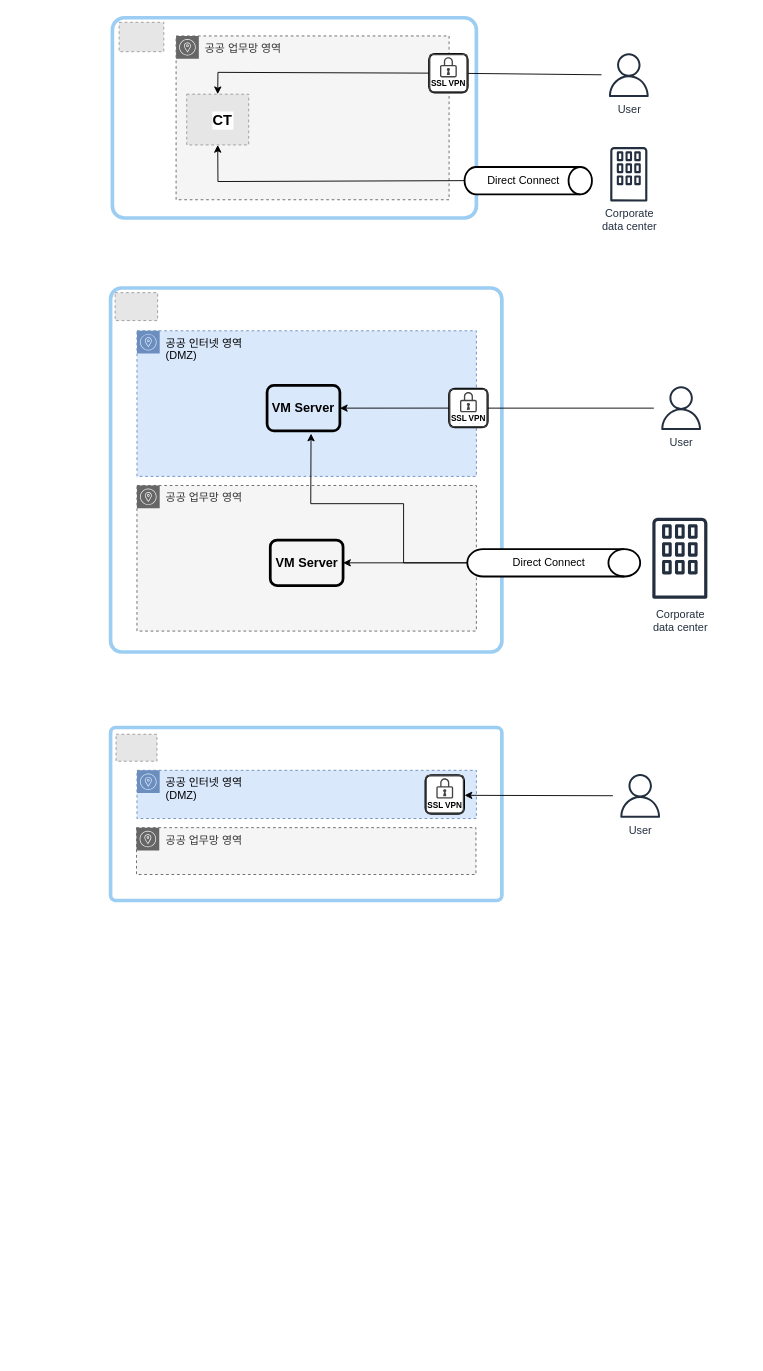
Earlier version of the draw.io diagram page "concept-diagram" (1 of 2) of concept.drawio (KDN-ECP/guidebooks). Source tidied: cells renumbered, new cells numbered last; positions are measured from the earlier drawing's top-left corner, leaving out a move shared by most shapes. Both pictures are drawn from the tidied source at 91%, with x=0, y=0 at pixel (110, 17). Pictures stored in the file or linked from it are replaced by grey dashed boxes.
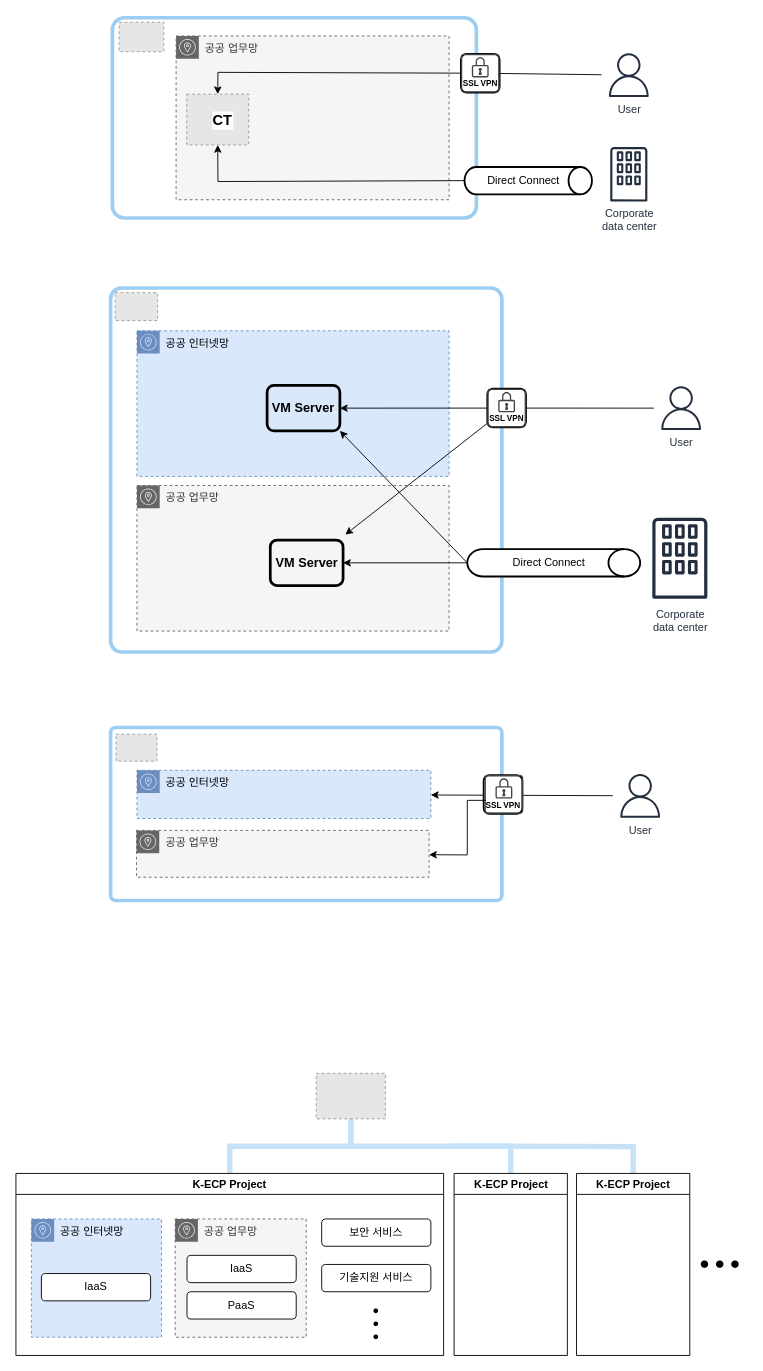
Above is the later version.

The change refers to these unchanged cells:
```xml
<mxCell id="6" style="rounded=1;whiteSpace=wrap;html=1;arcSize=6;fillColor=none;strokeWidth=4;strokeColor=#72b8ee;opacity=70;" parent="1" vertex="1">
  <mxGeometry x="2" width="400" height="220" as="geometry" />
</mxCell>
<mxCell id="15" value="User" style="sketch=0;outlineConnect=0;fontColor=#232F3E;gradientColor=none;strokeColor=#232F3E;fillColor=#ffffff;dashed=0;verticalLabelPosition=bottom;verticalAlign=top;align=center;html=1;fontSize=12;fontStyle=0;shape=mxgraph.aws4.resourceIcon;resIcon=mxgraph.aws4.user;spacing=-4;" parent="1" vertex="1">
  <mxGeometry x="597" y="399" width="60" height="60" as="geometry" />
</mxCell>
<mxCell id="18" value="Direct Connect" style="strokeWidth=2;html=1;shape=mxgraph.flowchart.direct_data;whiteSpace=wrap;spacingRight=10;" parent="1" vertex="1">
  <mxGeometry x="392" y="584" width="190" height="30" as="geometry" />
</mxCell>
<mxCell id="20" value="VM Server" style="rounded=1;whiteSpace=wrap;html=1;strokeWidth=3;fillColor=none;fontSize=14;fontStyle=1;spacing=0;" parent="1" vertex="1">
  <mxGeometry x="175.5" y="574" width="80" height="50" as="geometry" />
</mxCell>
<mxCell id="21" value="VM Server" style="rounded=1;whiteSpace=wrap;html=1;strokeWidth=3;fillColor=none;fontSize=14;fontStyle=1;spacing=0;" parent="1" vertex="1">
  <mxGeometry x="172" y="404" width="80" height="50" as="geometry" />
</mxCell>
<mxCell id="24" style="rounded=1;whiteSpace=wrap;html=1;arcSize=3;fillColor=none;strokeWidth=4;strokeColor=#72b8ee;opacity=70;" parent="1" vertex="1">
  <mxGeometry y="780" width="430" height="190" as="geometry" />
</mxCell>
<mxCell id="28" value="User" style="sketch=0;outlineConnect=0;fontColor=#232F3E;gradientColor=none;strokeColor=#232F3E;fillColor=#ffffff;dashed=0;verticalLabelPosition=bottom;verticalAlign=top;align=center;html=1;fontSize=12;fontStyle=0;shape=mxgraph.aws4.resourceIcon;resIcon=mxgraph.aws4.user;spacing=-4;" parent="1" vertex="1">
  <mxGeometry x="552" y="825" width="60" height="60" as="geometry" />
</mxCell>
<mxCell id="34" style="sketch=0;shadow=0;dashed=0;html=1;strokeColor=none;fillColor=#434445;labelPosition=center;verticalLabelPosition=bottom;verticalAlign=top;align=center;outlineConnect=0;shape=mxgraph.vvd.vpn;" parent="33" vertex="1">
  <mxGeometry width="42.5" height="42.5" as="geometry" />
</mxCell>
```

What changed in the source:
```diff
@@
-    <mxCell id="4" value="공공 인터넷 영역&lt;br&gt;(DMZ)" style="sketch=0;html=1;whiteSpace=wrap;fontSize=12;fontStyle=0;shape=mxgraph.aws4.group;grIcon=mxgraph.aws4.group_availability_zone;verticalAlign=top;align=left;spacingLeft=30;dashed=1;fillColor=#dae8fc;strokeColor=#6c8ebf;" parent="1" vertex="1">
-      <mxGeometry x="29" y="344" width="373" height="160" as="geometry" />
+    <mxCell id="4" value="공공 인터넷망" style="sketch=0;html=1;whiteSpace=wrap;fontSize=12;fontStyle=0;shape=mxgraph.aws4.group;grIcon=mxgraph.aws4.group_availability_zone;verticalAlign=top;align=left;spacingLeft=30;dashed=1;fillColor=#dae8fc;strokeColor=#6c8ebf;" parent="1" vertex="1">
+      <mxGeometry x="29" y="344" width="343" height="160" as="geometry" />
     </mxCell>
-    <mxCell id="5" value="공공 업무망 영역" style="sketch=0;html=1;whiteSpace=wrap;fontSize=12;fontStyle=0;shape=mxgraph.aws4.group;grIcon=mxgraph.aws4.group_availability_zone;verticalAlign=top;align=left;spacingLeft=30;dashed=1;fillColor=#f5f5f5;fontColor=#333333;strokeColor=#666666;" parent="1" vertex="1">
-      <mxGeometry x="29" y="514" width="373" height="160" as="geometry" />
+    <mxCell id="5" value="공공 업무망&amp;nbsp;" style="sketch=0;html=1;whiteSpace=wrap;fontSize=12;fontStyle=0;shape=mxgraph.aws4.group;grIcon=mxgraph.aws4.group_availability_zone;verticalAlign=top;align=left;spacingLeft=30;dashed=1;fillColor=#f5f5f5;fontColor=#333333;strokeColor=#666666;" parent="1" vertex="1">
+      <mxGeometry x="29" y="514" width="343" height="160" as="geometry" />
     </mxCell>
@@
-    <mxCell id="7" value="공공 업무망 영역" style="sketch=0;html=1;whiteSpace=wrap;fontSize=12;fontStyle=0;shape=mxgraph.aws4.group;grIcon=mxgraph.aws4.group_availability_zone;verticalAlign=top;align=left;spacingLeft=30;dashed=1;fillColor=#f5f5f5;fontColor=#333333;strokeColor=#666666;" parent="6" vertex="1">
+    <mxCell id="7" value="공공 업무망" style="sketch=0;html=1;whiteSpace=wrap;fontSize=12;fontStyle=0;shape=mxgraph.aws4.group;grIcon=mxgraph.aws4.group_availability_zone;verticalAlign=top;align=left;spacingLeft=30;dashed=1;fillColor=#f5f5f5;fontColor=#333333;strokeColor=#666666;" parent="6" vertex="1">
       <mxGeometry x="70" y="20" width="300" height="180" as="geometry" />
     </mxCell>
@@
-    <mxCell id="19" style="endArrow=classic;html=1;rounded=0;" parent="1" edge="1" source="15">
-      <mxGeometry relative="1" as="geometry">
-        <mxPoint x="389" y="429" as="targetPoint" />
-      </mxGeometry>
+    <mxCell id="19" style="endArrow=none;html=1;rounded=0;endFill=0;" parent="1" edge="1" source="15" target="34">
+      <mxGeometry relative="1" as="geometry" />
     </mxCell>
@@
-    <mxCell id="22" style="endArrow=classic;html=1;rounded=0;exitX=0;exitY=0.5;exitDx=0;exitDy=0;exitPerimeter=0;entryX=0.604;entryY=1.06;entryDx=0;entryDy=0;entryPerimeter=0;" parent="1" edge="1" source="18" target="21">
-      <mxGeometry relative="1" as="geometry">
-        <Array as="points">
-          <mxPoint x="322" y="599" />
-          <mxPoint x="322" y="534" />
-          <mxPoint x="220" y="534" />
-        </Array>
-      </mxGeometry>
+    <mxCell id="22" style="endArrow=classic;html=1;rounded=0;exitX=0;exitY=0.5;exitDx=0;exitDy=0;exitPerimeter=0;entryX=1;entryY=1;entryDx=0;entryDy=0;" parent="1" edge="1" source="18" target="21">
+      <mxGeometry relative="1" as="geometry" />
     </mxCell>
@@
-    <mxCell id="26" value="공공 업무망 영역" style="sketch=0;outlineConnect=0;html=1;whiteSpace=wrap;fontSize=12;fontStyle=0;shape=mxgraph.aws4.group;grIcon=mxgraph.aws4.group_availability_zone;verticalAlign=top;align=left;spacingLeft=30;dashed=1;fillColor=#f5f5f5;fontColor=#333333;strokeColor=#666666;" parent="24" vertex="1">
-      <mxGeometry x="28.5" y="110" width="373" height="51.5" as="geometry" />
+    <mxCell id="26" value="공공 업무망" style="sketch=0;outlineConnect=0;html=1;whiteSpace=wrap;fontSize=12;fontStyle=0;shape=mxgraph.aws4.group;grIcon=mxgraph.aws4.group_availability_zone;verticalAlign=top;align=left;spacingLeft=30;dashed=1;fillColor=#f5f5f5;fontColor=#333333;strokeColor=#666666;" parent="24" vertex="1">
+      <mxGeometry x="28.5" y="113" width="321.5" height="51.5" as="geometry" />
     </mxCell>
-    <mxCell id="27" value="공공 인터넷 영역&lt;br&gt;(DMZ)" style="sketch=0;outlineConnect=0;html=1;whiteSpace=wrap;fontSize=12;fontStyle=0;shape=mxgraph.aws4.group;grIcon=mxgraph.aws4.group_availability_zone;verticalAlign=top;align=left;spacingLeft=30;dashed=1;fillColor=#dae8fc;strokeColor=#6c8ebf;" parent="1" vertex="1">
-      <mxGeometry x="29" y="827" width="373" height="53" as="geometry" />
+    <mxCell id="27" value="공공 인터넷망" style="sketch=0;outlineConnect=0;html=1;whiteSpace=wrap;fontSize=12;fontStyle=0;shape=mxgraph.aws4.group;grIcon=mxgraph.aws4.group_availability_zone;verticalAlign=top;align=left;spacingLeft=30;dashed=1;fillColor=#dae8fc;strokeColor=#6c8ebf;" parent="1" vertex="1">
+      <mxGeometry x="29" y="827" width="323" height="53" as="geometry" />
     </mxCell>
@@
-    <mxCell id="29" style="endArrow=classic;html=1;rounded=0;" parent="1" edge="1" source="28">
-      <mxGeometry relative="1" as="geometry">
-        <mxPoint x="389" y="854.5" as="targetPoint" />
-      </mxGeometry>
+    <mxCell id="29" style="endArrow=classic;html=1;rounded=0;" parent="1" edge="1" source="28" target="27">
+      <mxGeometry relative="1" as="geometry" />
     </mxCell>
     <mxCell id="30" style="group;labelBackgroundColor=default;fillColor=default;strokeWidth=2;strokeColor=default;rounded=1;" parent="1" vertex="1">
-      <mxGeometry x="346" y="832.2" width="42.5" height="42.5" as="geometry" />
+      <mxGeometry x="410" y="832.2" width="42.5" height="42.5" as="geometry" />
     </mxCell>
     <mxCell id="31" style="sketch=0;shadow=0;dashed=0;html=1;strokeColor=none;fillColor=#434445;labelPosition=center;verticalLabelPosition=bottom;verticalAlign=top;align=center;shape=mxgraph.vvd.vpn;" parent="30" vertex="1">
-      <mxGeometry width="42.5" height="42.5" as="geometry" />
+      <mxGeometry x="1" width="42.5" height="42.5" as="geometry" />
     </mxCell>
@@
     <mxCell id="33" style="group;labelBackgroundColor=default;fillColor=default;strokeWidth=2;strokeColor=default;rounded=1;" parent="1" vertex="1">
-      <mxGeometry x="372" y="407.7" width="42.5" height="42.5" as="geometry" />
+      <mxGeometry x="414" y="407.7" width="42.5" height="42.5" as="geometry" />
     </mxCell>
@@
     <mxCell id="36" style="group;labelBackgroundColor=default;fillColor=default;strokeWidth=2;strokeColor=default;rounded=1;" parent="1" vertex="1">
-      <mxGeometry x="350" y="39.7" width="42.5" height="42.5" as="geometry" />
+      <mxGeometry x="385" y="39.7" width="42.5" height="42.5" as="geometry" />
     </mxCell>
@@
+    <mxCell id="40" style="endArrow=classic;html=1;rounded=0;entryX=1.031;entryY=-0.12;entryDx=0;entryDy=0;entryPerimeter=0;" parent="1" edge="1" source="34" target="20">
+      <mxGeometry relative="1" as="geometry" />
+    </mxCell>
+    <mxCell id="41" style="endArrow=classic;html=1;rounded=0;" parent="1" edge="1" target="26">
+      <mxGeometry relative="1" as="geometry">
+        <mxPoint x="412" y="860" as="sourcePoint" />
+        <Array as="points">
+          <mxPoint x="392" y="860" />
+          <mxPoint x="392" y="920" />
+        </Array>
+      </mxGeometry>
+    </mxCell>
+    <mxCell id="42" style="edgeStyle=orthogonalEdgeStyle;rounded=0;jettySize=auto;html=1;fontColor=#ffffff;strokeColor=#c7e2f6;fillColor=#d5e8d4;endArrow=none;endFill=0;strokeWidth=6;" parent="1" edge="1" source="44" target="45">
+      <mxGeometry relative="1" as="geometry" />
+    </mxCell>
+    <mxCell id="43" style="edgeStyle=orthogonalEdgeStyle;rounded=0;jettySize=auto;html=1;exitX=0.5;exitY=1;exitDx=0;exitDy=0;entryX=0.5;entryY=0;entryDx=0;entryDy=0;fontColor=#ffffff;strokeColor=#c7e2f6;fillColor=#d5e8d4;endArrow=none;endFill=0;strokeWidth=6;" parent="1" edge="1" source="44" target="54">
+      <mxGeometry relative="1" as="geometry" />
+    </mxCell>
+    <mxCell id="44" style="fillColor=#E6E6E6;strokeColor=#999999;dashed=1;verticalLabelPosition=bottom;labelBackgroundColor=default;verticalAlign=top;" parent="1" vertex="1">
+      <mxGeometry x="226" y="1160" width="76" height="50" as="geometry" />
+    </mxCell>
+    <mxCell id="45" value="K-ECP Project" style="swimlane;whiteSpace=wrap;html=1;" parent="1" vertex="1">
+      <mxGeometry x="-104" y="1270" width="470" height="200" as="geometry" />
+    </mxCell>
+    <mxCell id="46" value="공공 인터넷망" style="sketch=0;html=1;whiteSpace=wrap;fontSize=12;fontStyle=0;shape=mxgraph.aws4.group;grIcon=mxgraph.aws4.group_availability_zone;verticalAlign=top;align=left;spacingLeft=30;dashed=1;fillColor=#dae8fc;strokeColor=#6c8ebf;" parent="45" vertex="1">
+      <mxGeometry x="17" y="50" width="143" height="130" as="geometry" />
+    </mxCell>
+    <mxCell id="47" value="공공 업무망" style="sketch=0;html=1;whiteSpace=wrap;fontSize=12;fontStyle=0;shape=mxgraph.aws4.group;grIcon=mxgraph.aws4.group_availability_zone;verticalAlign=top;align=left;spacingLeft=30;dashed=1;fillColor=#f5f5f5;fontColor=#333333;strokeColor=#666666;" parent="45" vertex="1">
+      <mxGeometry x="175" y="50" width="144" height="130" as="geometry" />
+    </mxCell>
+    <mxCell id="48" value="IaaS" style="rounded=1;whiteSpace=wrap;html=1;" parent="45" vertex="1">
+      <mxGeometry x="28" y="110" width="120" height="30" as="geometry" />
+    </mxCell>
+    <mxCell id="49" value="보안 서비스" style="rounded=1;whiteSpace=wrap;html=1;" parent="45" vertex="1">
+      <mxGeometry x="336" y="50" width="120" height="30" as="geometry" />
+    </mxCell>
+    <mxCell id="50" value="PaaS" style="rounded=1;whiteSpace=wrap;html=1;" parent="45" vertex="1">
+      <mxGeometry x="188" y="130" width="120" height="30" as="geometry" />
+    </mxCell>
+    <mxCell id="51" value="IaaS" style="rounded=1;whiteSpace=wrap;html=1;" parent="45" vertex="1">
+      <mxGeometry x="188" y="90" width="120" height="30" as="geometry" />
+    </mxCell>
+    <mxCell id="52" value="기술지원 서비스" style="rounded=1;whiteSpace=wrap;html=1;" parent="45" vertex="1">
+      <mxGeometry x="336" y="100" width="120" height="30" as="geometry" />
+    </mxCell>
+    <mxCell id="53" value="●&lt;br&gt;●&lt;br&gt;●" style="text;html=1;strokeColor=none;fillColor=none;align=center;verticalAlign=middle;whiteSpace=wrap;rounded=0;" parent="45" vertex="1">
+      <mxGeometry x="366" y="150" width="60" height="30" as="geometry" />
+    </mxCell>
+    <mxCell id="54" value="K-ECP Project" style="swimlane;whiteSpace=wrap;html=1;" parent="1" vertex="1">
+      <mxGeometry x="377.5" y="1270" width="124.5" height="200" as="geometry" />
+    </mxCell>
+    <mxCell id="55" value="● ● ●" style="text;html=1;strokeColor=none;fillColor=none;align=center;verticalAlign=middle;whiteSpace=wrap;rounded=0;fontSize=19;" parent="1" vertex="1">
+      <mxGeometry x="640" y="1355" width="60" height="30" as="geometry" />
+    </mxCell>
+    <mxCell id="56" style="edgeStyle=orthogonalEdgeStyle;rounded=0;jettySize=auto;html=1;exitX=0.5;exitY=1;exitDx=0;exitDy=0;fontColor=#ffffff;strokeColor=#c7e2f6;fillColor=#d5e8d4;endArrow=none;endFill=0;strokeWidth=6;entryX=0.5;entryY=0;entryDx=0;entryDy=0;" parent="1" edge="1" target="57">
+      <mxGeometry relative="1" as="geometry">
+        <mxPoint x="376" y="1240" as="sourcePoint" />
+      </mxGeometry>
+    </mxCell>
+    <mxCell id="57" value="K-ECP Project" style="swimlane;whiteSpace=wrap;html=1;" parent="1" vertex="1">
+      <mxGeometry x="512" y="1270" width="124.5" height="200" as="geometry" />
+    </mxCell>
```
